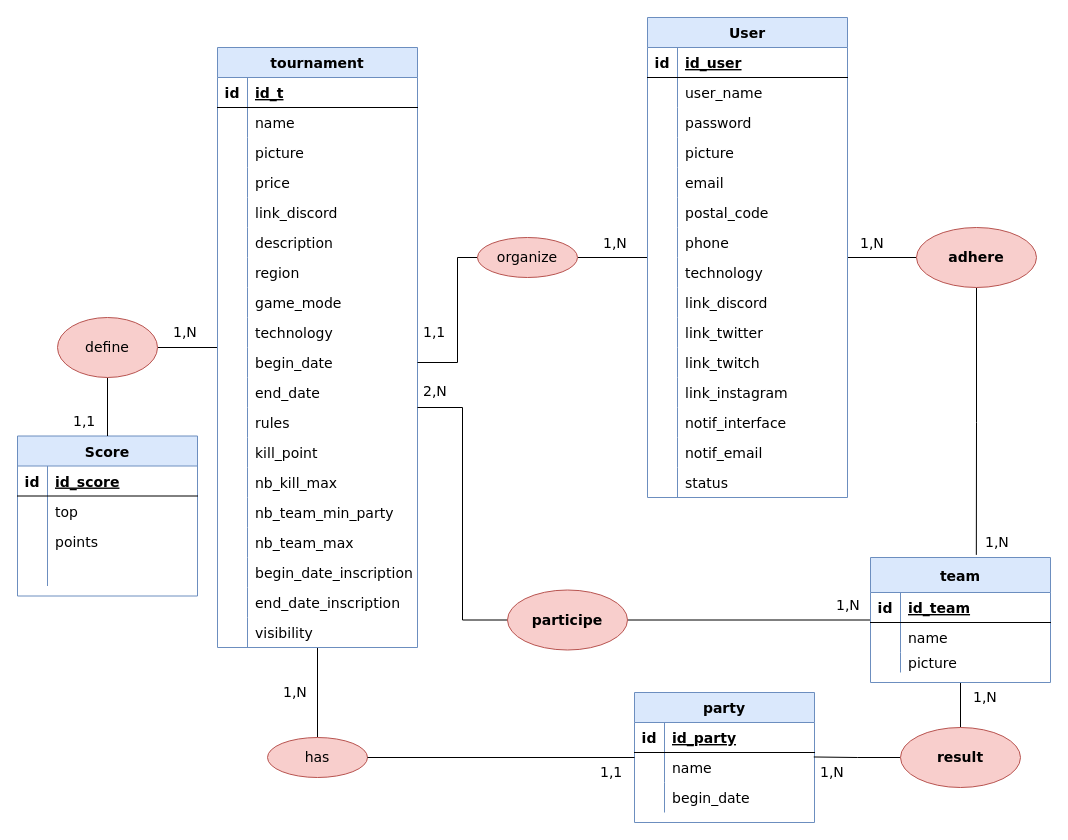
Before: page "MCD" (1 of 3) of Wavy_MERISE2.drawio in Pakulic/Maquettage_Site_web, a draw.io diagram. Source tidied: cells renumbered, new cells numbered last; positions are measured from the earlier drawing's top-left corner, leaving out a move shared by most shapes. Both pictures are drawn from the tidied source at 100%, with x=0, y=0 at pixel (17, 17).
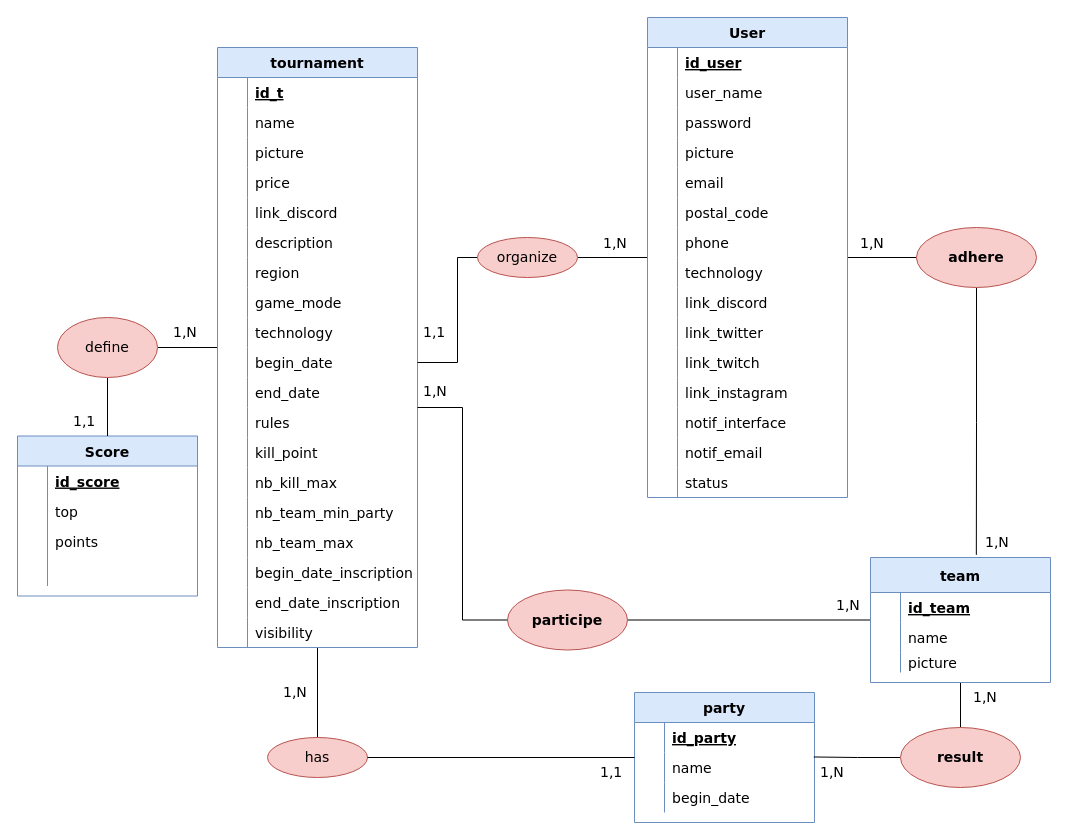
After the change.

The change refers to these unchanged cells:
```xml
<mxCell id="4" value="tournament" style="shape=table;startSize=30;childLayout=tableLayout;rowLines=0;fontStyle=1;align=center;fillColor=#dae8fc;strokeColor=#6c8ebf;fontSize=14;fontFamily=Verdana;" parent="1" vertex="1">
  <mxGeometry x="200" y="30" width="200" height="600" as="geometry" />
</mxCell>
<mxCell id="65" value="party" style="shape=table;startSize=30;childLayout=tableLayout;rowLines=0;fontStyle=1;align=center;fillColor=#dae8fc;strokeColor=#6c8ebf;fontSize=14;fontFamily=Verdana;" parent="1" vertex="1">
  <mxGeometry x="617" y="675" width="180" height="130" as="geometry" />
</mxCell>
<mxCell id="75" value="Score" style="shape=table;startSize=30;childLayout=tableLayout;rowLines=0;fontStyle=1;align=center;fillColor=#dae8fc;strokeColor=#6c8ebf;fontSize=14;fontFamily=Verdana;" parent="1" vertex="1">
  <mxGeometry y="418.5" width="180" height="160" as="geometry" />
</mxCell>
<mxCell id="92" value="team" style="shape=table;startSize=35;childLayout=tableLayout;rowLines=0;fontStyle=1;align=center;fillColor=#dae8fc;strokeColor=#6c8ebf;fontSize=14;fontFamily=Verdana;" parent="1" vertex="1">
  <mxGeometry x="853" y="540" width="180" height="125" as="geometry" />
</mxCell>
<mxCell id="104" value="User" style="shape=table;startSize=30;childLayout=tableLayout;rowLines=0;fontStyle=1;align=center;fillColor=#dae8fc;strokeColor=#6c8ebf;fontSize=14;fontFamily=Verdana;" parent="1" vertex="1">
  <mxGeometry x="630" width="200" height="480" as="geometry" />
</mxCell>
```

Change to the diagram source:
```diff
@@
-    <mxCell id="5" style="shape=partialRectangle;fillColor=none;top=0;left=0;bottom=1;right=0;fontSize=14;fontFamily=Verdana;" parent="4" vertex="1">
+    <mxCell id="5" style="shape=partialRectangle;fillColor=none;top=0;left=0;bottom=1;right=0;fontSize=14;fontFamily=Verdana;strokeColor=none;" parent="4" vertex="1">
       <mxGeometry y="30" width="200" height="30" as="geometry" />
     </mxCell>
-    <mxCell id="6" value="id" style="shape=partialRectangle;fillColor=none;top=0;left=0;bottom=0;right=0;fontStyle=1;overflow=hidden;fontSize=14;fontFamily=Verdana;" parent="5" vertex="1">
+    <mxCell id="6" style="shape=partialRectangle;fillColor=none;top=0;left=0;bottom=0;right=0;fontStyle=1;overflow=hidden;fontSize=14;fontFamily=Verdana;" parent="5" vertex="1">
       <mxGeometry width="30" height="30" as="geometry" />
     </mxCell>
@@
-    <mxCell id="66" style="shape=partialRectangle;fillColor=none;top=0;left=0;bottom=1;right=0;fontSize=14;fontFamily=Verdana;" parent="65" vertex="1">
+    <mxCell id="66" style="shape=partialRectangle;fillColor=none;top=0;left=0;bottom=1;right=0;fontSize=14;fontFamily=Verdana;strokeColor=none;" parent="65" vertex="1">
       <mxGeometry y="30" width="180" height="30" as="geometry" />
     </mxCell>
-    <mxCell id="67" value="id" style="shape=partialRectangle;fillColor=none;top=0;left=0;bottom=0;right=0;fontStyle=1;overflow=hidden;fontSize=14;fontFamily=Verdana;" parent="66" vertex="1">
+    <mxCell id="67" style="shape=partialRectangle;fillColor=none;top=0;left=0;bottom=0;right=0;fontStyle=1;overflow=hidden;fontSize=14;fontFamily=Verdana;" parent="66" vertex="1">
       <mxGeometry width="30" height="30" as="geometry" />
     </mxCell>
@@
-    <mxCell id="76" style="shape=partialRectangle;fillColor=none;top=0;left=0;bottom=1;right=0;fontSize=14;fontFamily=Verdana;" parent="75" vertex="1">
+    <mxCell id="76" style="shape=partialRectangle;fillColor=none;top=0;left=0;bottom=1;right=0;fontSize=14;fontFamily=Verdana;strokeColor=none;" parent="75" vertex="1">
       <mxGeometry y="30" width="180" height="30" as="geometry" />
     </mxCell>
-    <mxCell id="77" value="id" style="shape=partialRectangle;fillColor=none;top=0;left=0;bottom=0;right=0;fontStyle=1;overflow=hidden;fontSize=14;fontFamily=Verdana;" parent="76" vertex="1">
+    <mxCell id="77" style="shape=partialRectangle;fillColor=none;top=0;left=0;bottom=0;right=0;fontStyle=1;overflow=hidden;fontSize=14;fontFamily=Verdana;" parent="76" vertex="1">
       <mxGeometry width="30" height="30" as="geometry" />
     </mxCell>
@@
-    <mxCell id="93" style="shape=partialRectangle;fillColor=none;top=0;left=0;bottom=1;right=0;fontSize=14;fontFamily=Verdana;" parent="92" vertex="1">
+    <mxCell id="93" style="shape=partialRectangle;fillColor=none;top=0;left=0;bottom=1;right=0;fontSize=14;fontFamily=Verdana;strokeColor=none;" parent="92" vertex="1">
       <mxGeometry y="35" width="180" height="30" as="geometry" />
     </mxCell>
-    <mxCell id="94" value="id" style="shape=partialRectangle;fillColor=none;top=0;left=0;bottom=0;right=0;fontStyle=1;overflow=hidden;fontSize=14;fontFamily=Verdana;" parent="93" vertex="1">
+    <mxCell id="94" style="shape=partialRectangle;fillColor=none;top=0;left=0;bottom=0;right=0;fontStyle=1;overflow=hidden;fontSize=14;fontFamily=Verdana;strokeColor=none;" parent="93" vertex="1">
       <mxGeometry width="30" height="30" as="geometry" />
     </mxCell>
@@
-    <mxCell id="105" style="shape=partialRectangle;fillColor=none;top=0;left=0;bottom=1;right=0;fontSize=14;fontFamily=Verdana;" parent="104" vertex="1">
+    <mxCell id="105" style="shape=partialRectangle;fillColor=none;top=0;left=0;bottom=1;right=0;fontSize=14;fontFamily=Verdana;strokeColor=none;" parent="104" vertex="1">
       <mxGeometry y="30" width="200" height="30" as="geometry" />
     </mxCell>
-    <mxCell id="106" value="id" style="shape=partialRectangle;fillColor=none;top=0;left=0;bottom=0;right=0;fontStyle=1;overflow=hidden;fontSize=14;fontFamily=Verdana;" parent="105" vertex="1">
+    <mxCell id="106" style="shape=partialRectangle;fillColor=none;top=0;left=0;bottom=0;right=0;fontStyle=1;overflow=hidden;fontSize=14;fontFamily=Verdana;" parent="105" vertex="1">
       <mxGeometry width="30" height="30" as="geometry" />
     </mxCell>
-    <mxCell id="107" value="id_user" style="shape=partialRectangle;fillColor=none;top=0;left=0;bottom=0;right=0;align=left;spacingLeft=6;fontStyle=5;overflow=hidden;fontSize=14;fontFamily=Verdana;" parent="105" vertex="1">
+    <mxCell id="107" value="id_user" style="shape=partialRectangle;fillColor=none;top=0;left=0;bottom=0;right=0;align=left;spacingLeft=6;fontStyle=5;overflow=hidden;fontSize=14;fontFamily=Verdana;strokeColor=none;" parent="105" vertex="1">
       <mxGeometry x="30" width="170" height="30" as="geometry" />
     </mxCell>
@@
-    <mxCell id="162" value="2,N" style="text;strokeColor=none;fillColor=none;spacingLeft=4;spacingRight=4;overflow=hidden;fontSize=14;fontFamily=Verdana;" parent="1" vertex="1">
+    <mxCell id="162" value="1,N" style="text;strokeColor=none;fillColor=none;spacingLeft=4;spacingRight=4;overflow=hidden;fontSize=14;fontFamily=Verdana;" parent="1" vertex="1">
       <mxGeometry x="400" y="358.5" width="40" height="30" as="geometry" />
     </mxCell>
```
